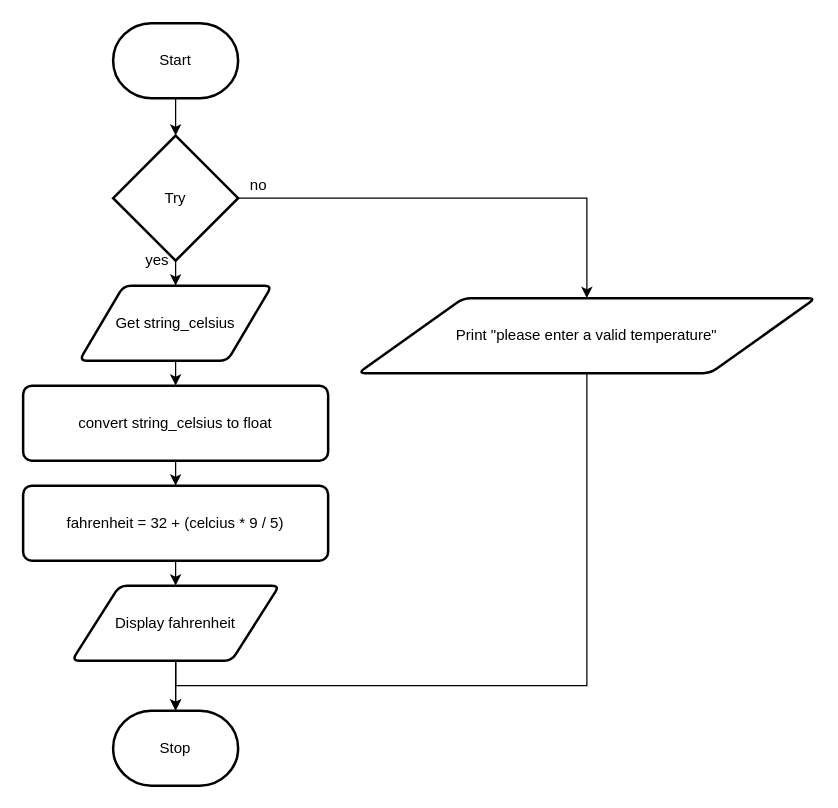
This is design.drawio from Samuel-Webster-178/ICS3U-Unit5-Unit5-01-Python, a draw.io file, before an edit. Source tidied: cells renumbered, new cells numbered last; positions are measured from the earlier drawing's top-left corner, leaving out a move shared by most shapes. Both pictures are drawn from the tidied source at 125%, with x=0, y=0 at pixel (22, 22).
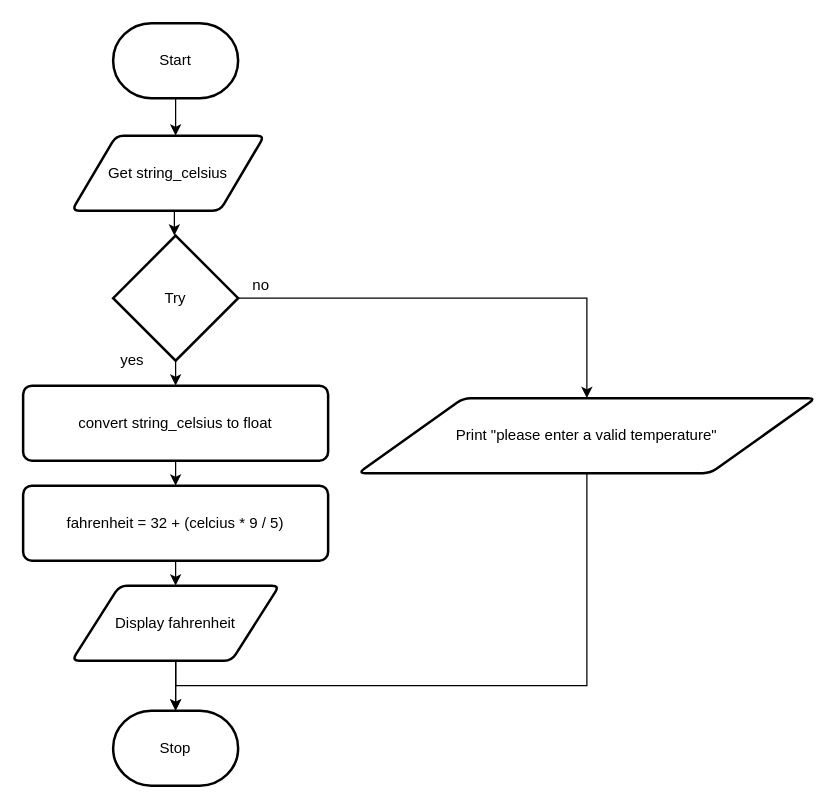
The same diagram, later.

The change refers to these unchanged cells:
```xml
<mxCell id="3" value="Start" style="strokeWidth=2;html=1;shape=mxgraph.flowchart.terminator;whiteSpace=wrap;" parent="1" vertex="1">
  <mxGeometry x="72" width="100" height="60" as="geometry" />
</mxCell>
<mxCell id="7" value="convert string_celsius to float" style="rounded=1;whiteSpace=wrap;html=1;absoluteArcSize=1;arcSize=14;strokeWidth=2;" parent="1" vertex="1">
  <mxGeometry y="290" width="244" height="60" as="geometry" />
</mxCell>
```

The edit, as a diff of the source:
```diff
@@
-    <mxCell id="2" style="edgeStyle=none;html=1;" parent="1" edge="1" source="3" target="12">
-      <mxGeometry relative="1" as="geometry" />
+    <mxCell id="2" style="edgeStyle=none;html=1;" parent="1" edge="1" source="3">
+      <mxGeometry relative="1" as="geometry">
+        <mxPoint x="122" y="90" as="targetPoint" />
+      </mxGeometry>
     </mxCell>
@@
-    <mxCell id="4" style="edgeStyle=none;html=1;" parent="1" edge="1" source="5" target="7">
-      <mxGeometry relative="1" as="geometry" />
+    <mxCell id="4" style="edgeStyle=none;html=1;" parent="1" edge="1" target="7">
+      <mxGeometry relative="1" as="geometry">
+        <mxPoint x="122" y="270" as="sourcePoint" />
+      </mxGeometry>
     </mxCell>
-    <mxCell id="5" value="Get string_celsius" style="shape=parallelogram;html=1;strokeWidth=2;perimeter=parallelogramPerimeter;whiteSpace=wrap;rounded=1;arcSize=12;size=0.23;" parent="1" vertex="1">
-      <mxGeometry x="45" y="210" width="154" height="60" as="geometry" />
-    </mxCell>
@@
-    <mxCell id="10" style="edgeStyle=none;html=1;" parent="1" edge="1" source="12" target="5">
-      <mxGeometry relative="1" as="geometry" />
+    <mxCell id="10" style="edgeStyle=none;html=1;" parent="1" edge="1">
+      <mxGeometry relative="1" as="geometry">
+        <mxPoint x="121" y="150" as="sourcePoint" />
+        <mxPoint x="121" y="170" as="targetPoint" />
+      </mxGeometry>
     </mxCell>
-    <mxCell id="11" style="edgeStyle=orthogonalEdgeStyle;html=1;entryX=0.5;entryY=0;entryDx=0;entryDy=0;rounded=0;" parent="1" edge="1" source="12" target="14">
-      <mxGeometry relative="1" as="geometry" />
+    <mxCell id="11" style="edgeStyle=orthogonalEdgeStyle;html=1;entryX=0.5;entryY=0;entryDx=0;entryDy=0;rounded=0;exitX=1;exitY=0.5;exitDx=0;exitDy=0;exitPerimeter=0;" parent="1" edge="1" source="12" target="14">
+      <mxGeometry relative="1" as="geometry">
+        <Array as="points">
+          <mxPoint x="451" y="220" />
+        </Array>
+      </mxGeometry>
     </mxCell>
-    <mxCell id="12" value="Try" style="strokeWidth=2;html=1;shape=mxgraph.flowchart.decision;whiteSpace=wrap;" parent="1" vertex="1">
-      <mxGeometry x="72" y="90" width="100" height="100" as="geometry" />
-    </mxCell>
@@
     <mxCell id="14" value="Print &quot;please enter a valid temperature&quot;" style="shape=parallelogram;html=1;strokeWidth=2;perimeter=parallelogramPerimeter;whiteSpace=wrap;rounded=1;arcSize=12;size=0.23;" parent="1" vertex="1">
-      <mxGeometry x="268" y="220" width="366" height="60" as="geometry" />
+      <mxGeometry x="268" y="300" width="366" height="60" as="geometry" />
     </mxCell>
     <mxCell id="15" value="yes" style="text;html=1;align=center;verticalAlign=middle;strokeColor=none;fillColor=none;" parent="1" vertex="1">
-      <mxGeometry x="92" y="180" width="30" height="20" as="geometry" />
+      <mxGeometry x="72" y="260" width="30" height="20" as="geometry" />
     </mxCell>
     <mxCell id="16" value="no" style="text;html=1;align=center;verticalAlign=middle;strokeColor=none;fillColor=none;" parent="1" vertex="1">
-      <mxGeometry x="173" y="120" width="30" height="20" as="geometry" />
+      <mxGeometry x="175" y="200" width="30" height="20" as="geometry" />
     </mxCell>
@@
+    <mxCell id="5" value="Get string_celsius" style="shape=parallelogram;html=1;strokeWidth=2;perimeter=parallelogramPerimeter;whiteSpace=wrap;rounded=1;arcSize=12;size=0.23;" parent="1" vertex="1">
+      <mxGeometry x="39" y="90" width="154" height="60" as="geometry" />
+    </mxCell>
+    <mxCell id="12" value="Try" style="strokeWidth=2;html=1;shape=mxgraph.flowchart.decision;whiteSpace=wrap;" parent="1" vertex="1">
+      <mxGeometry x="72" y="170" width="100" height="100" as="geometry" />
+    </mxCell>
```
